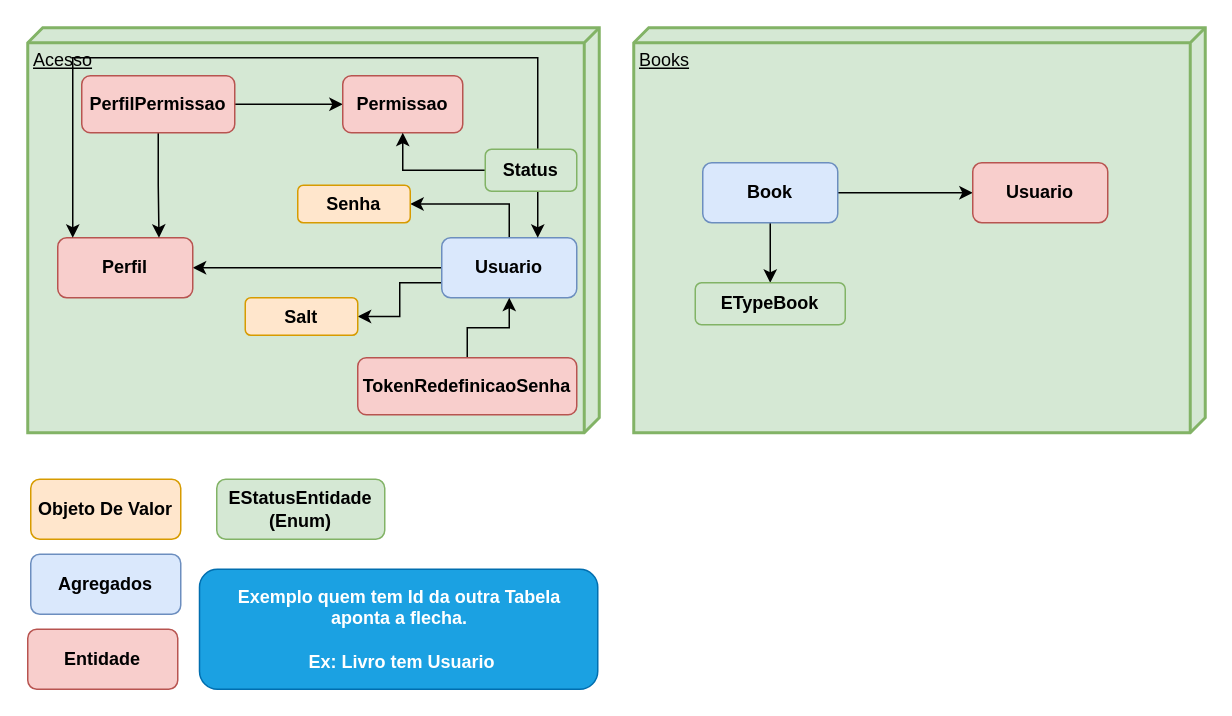
Earlier version of the draw.io diagram files/ContextMap/Write-book DDD.drawio (marcospascoski/write-book-backend). Source tidied: cells renumbered, new cells numbered last; positions are measured from the earlier drawing's top-left corner, leaving out a move shared by most shapes. Both pictures are drawn from the tidied source at 150%, with x=0, y=0 at pixel (27, 27).
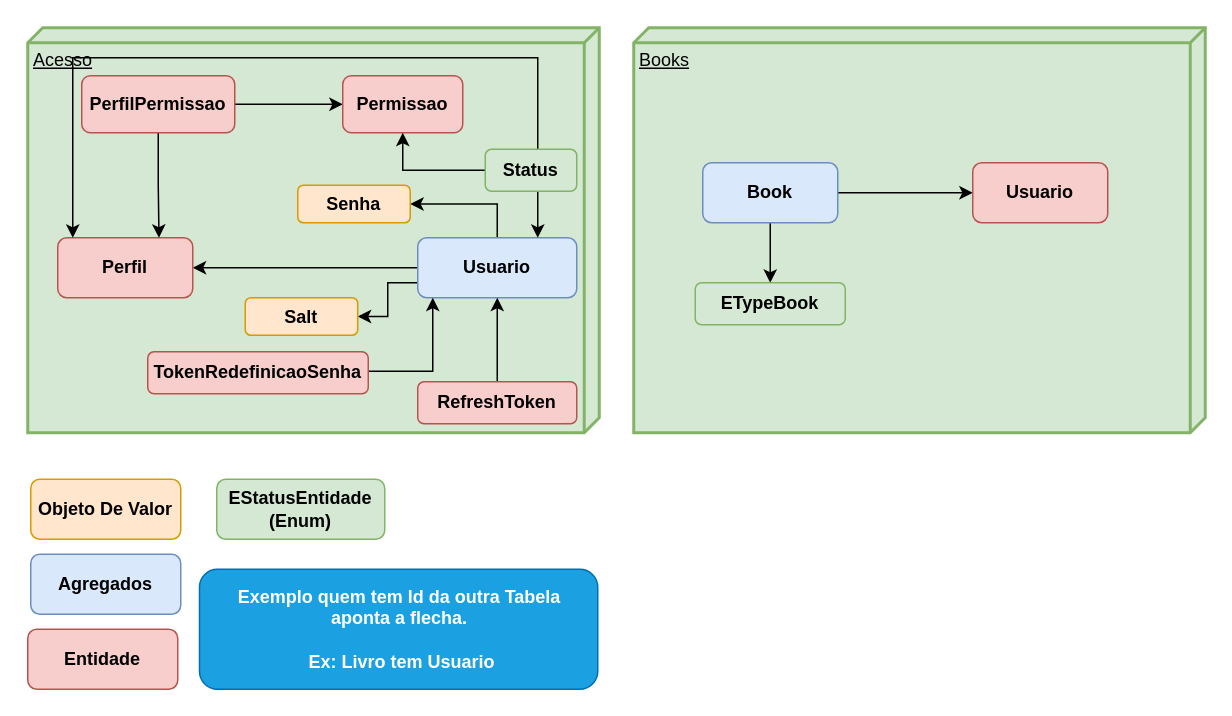
Above is the later version.

Change to the diagram source:
```diff
@@
     <mxCell id="6" value="&lt;span style=&quot;text-wrap: nowrap;&quot;&gt;&lt;b&gt;Usuario&lt;/b&gt;&lt;/span&gt;" style="rounded=1;whiteSpace=wrap;html=1;fillColor=#dae8fc;strokeColor=#6c8ebf;" parent="1" vertex="1">
-      <mxGeometry x="276" y="140" width="90" height="40" as="geometry" />
+      <mxGeometry x="260" y="140" width="106" height="40" as="geometry" />
     </mxCell>
@@
     <mxCell id="29" style="edgeStyle=orthogonalEdgeStyle;rounded=0;jettySize=auto;html=1;" parent="1" edge="1" source="30" target="6">
-      <mxGeometry relative="1" as="geometry" />
+      <mxGeometry relative="1" as="geometry">
+        <Array as="points">
+          <mxPoint x="270" y="229" />
+        </Array>
+      </mxGeometry>
     </mxCell>
     <mxCell id="30" value="TokenRedefinicaoSenha" style="rounded=1;whiteSpace=wrap;html=1;fillColor=#f8cecc;strokeColor=#b85450;fontStyle=1;" parent="1" vertex="1">
-      <mxGeometry x="220" y="220" width="146" height="38" as="geometry" />
+      <mxGeometry x="80" y="216" width="147" height="28" as="geometry" />
     </mxCell>
+    <mxCell id="31" style="edgeStyle=orthogonalEdgeStyle;rounded=0;jettySize=auto;html=1;" parent="1" edge="1" source="32" target="6">
+      <mxGeometry relative="1" as="geometry">
+        <Array as="points">
+          <mxPoint x="350" y="180" />
+          <mxPoint x="350" y="180" />
+        </Array>
+      </mxGeometry>
+    </mxCell>
+    <mxCell id="32" value="&lt;span style=&quot;text-wrap-mode: nowrap;&quot;&gt;&lt;b&gt;RefreshToken&lt;/b&gt;&lt;/span&gt;" style="rounded=1;whiteSpace=wrap;html=1;fillColor=#f8cecc;strokeColor=#b85450;" parent="1" vertex="1">
+      <mxGeometry x="260" y="236" width="106" height="28" as="geometry" />
+    </mxCell>
```
